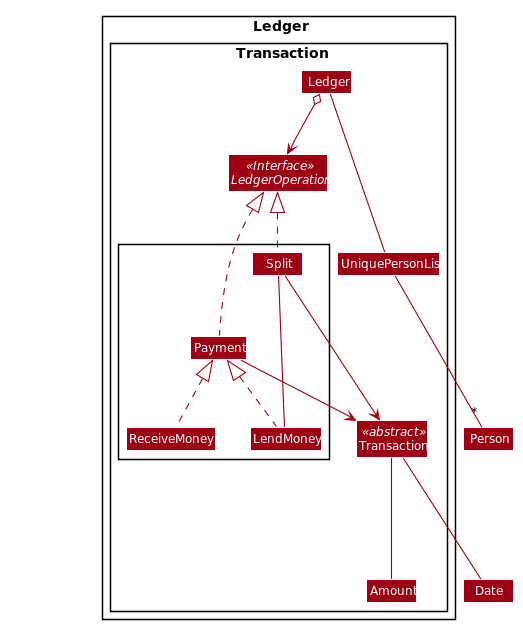
Above: docs/images/LedgerOperationDiagram.png in nus-cs2103-AY1920S1/addressbook-level3 (PlantUML), before the change. Source of this version:
```plantuml
@startuml








skinparam BackgroundColor #FFFFFFF

skinparam Shadowing false

skinparam Class {
    FontColor #FFFFFF
    BorderThickness 1
    BorderColor #FFFFFF
    StereotypeFontColor #FFFFFF
    FontName Arial
}

skinparam Actor {
    BorderColor #000000
    Color #000000
    FontName Arial
}

skinparam Sequence {
    MessageAlign center
    BoxFontSize 15
    BoxPadding 0
    BoxFontColor #FFFFFF
    FontName Arial
}

skinparam Participant {
    FontColor #FFFFFFF
    Padding 20
}

skinparam MinClassWidth 50
skinparam ParticipantPadding 10
skinparam Shadowing false
skinparam DefaultTextAlignment center
skinparam packageStyle Rectangle

hide footbox
hide members
hide circle
skinparam arrowThickness 1.1
skinparam arrowColor #9D0012
skinparam classBackgroundColor #9D0012

Package Ledger <<Rectangle>>{

Package Transaction {
Interface LedgerOperation <<Interface>>
Class Ledger

Class Transaction <<abstract>>

Class Amount

Package {
Class Split
Class LendMoney
Class Payment
Class ReceiveMoney

}

Class UniquePersonList

}
}

Class HiddenOutside #FFFFFF

UniquePersonList ---"*" Person

Transaction --- Amount
Transaction --- Date

Ledger o--> LedgerOperation
Ledger --- UniquePersonList
Split .up.|> LedgerOperation
Payment .up.|> LedgerOperation
LendMoney .up.|> Payment
ReceiveMoney .up.|> Payment

Split --> Transaction
Split --- LendMoney
Payment --> Transaction


@enduml
```
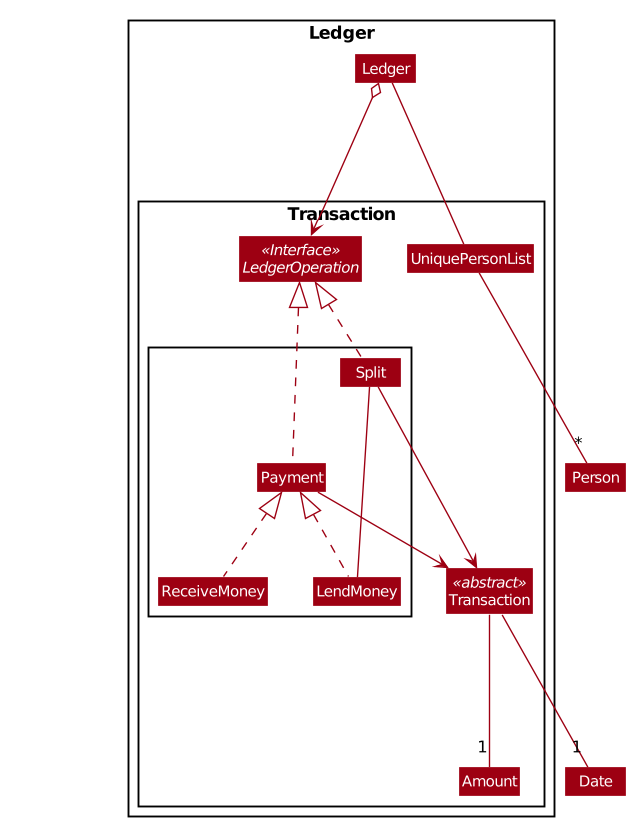
Later version of the same file.

What changed in the source:
```diff
@@ -53,9 +53,9 @@
 
 Package Ledger <<Rectangle>>{
 
+Class Ledger
 Package Transaction {
 Interface LedgerOperation <<Interface>>
-Class Ledger
 
 Class Transaction <<abstract>>
 
@@ -78,8 +78,8 @@
 
 UniquePersonList ---"*" Person
 
-Transaction --- Amount
-Transaction --- Date
+Transaction ---"1" Amount
+Transaction ---"1" Date
 
 Ledger o--> LedgerOperation
 Ledger --- UniquePersonList
```
